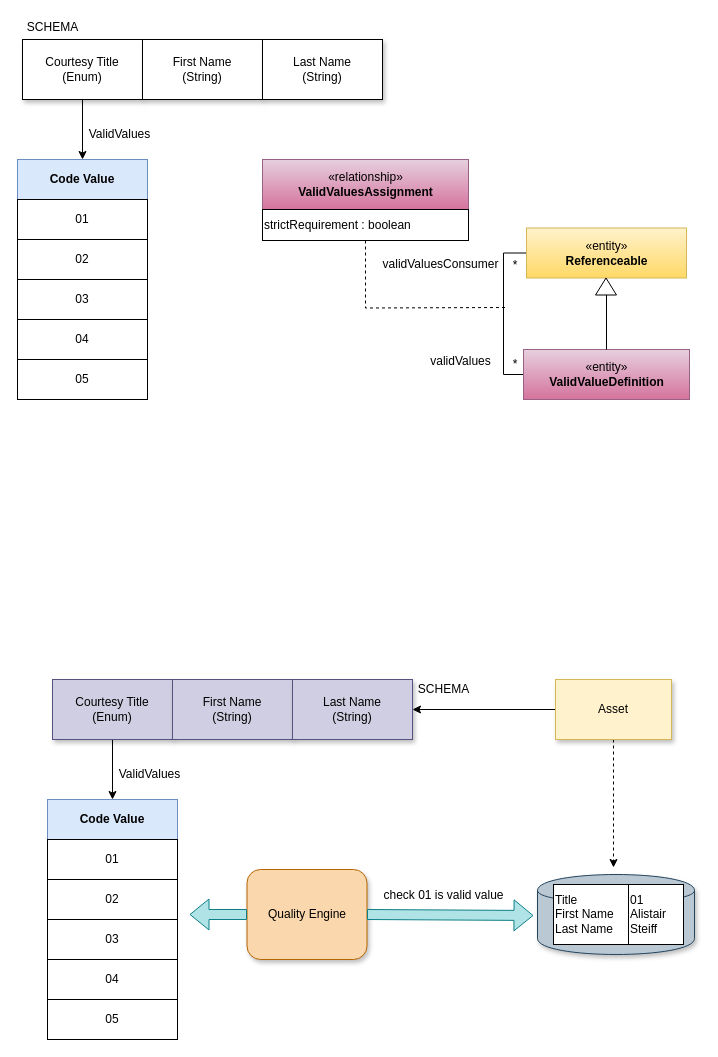
odpi/egeria keeps this draw.io diagram as page "use-case-1-valid-values" (4 of 8) of open-metadata-publication/website/reference-data-management/reference-data-management.drawio. Above is the earlier version. Source tidied: cells renumbered, new cells numbered last; positions are measured from the earlier drawing's top-left corner, leaving out a move shared by most shapes. Both pictures are drawn from the tidied source at 100%, with x=0, y=0 at pixel (17, 17).
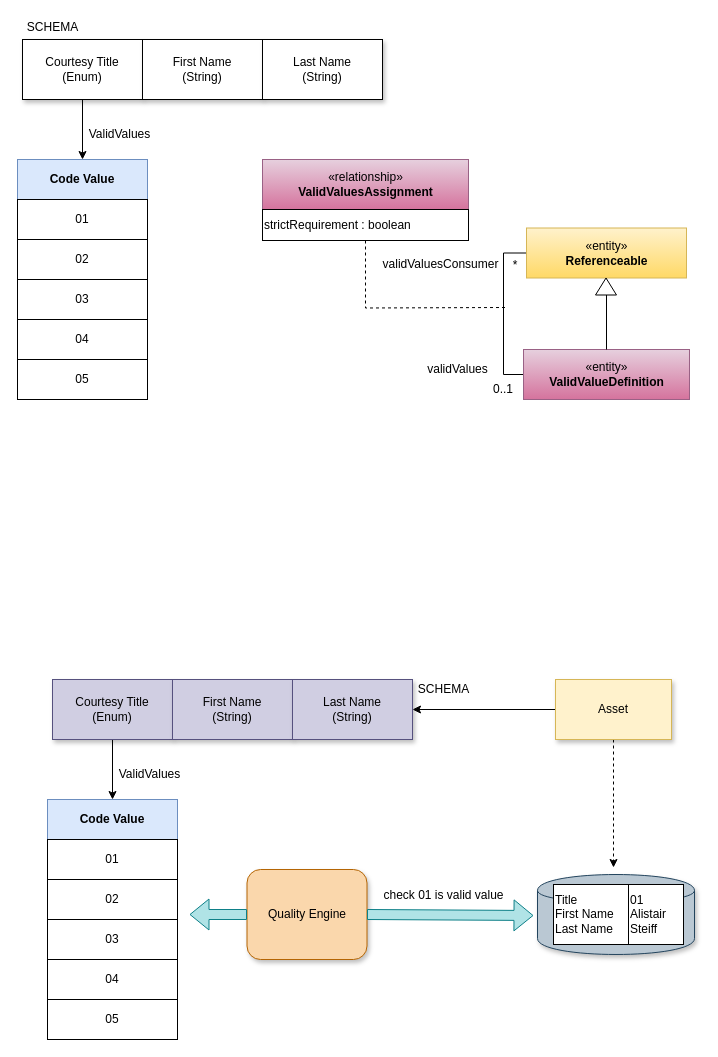
The same diagram, later.

Diff of the diagram source:
```diff
@@
     <mxCell id="42" value="validValues" style="text;html=1;strokeColor=none;fillColor=none;align=center;verticalAlign=middle;whiteSpace=wrap;rounded=0;" parent="1" vertex="1">
-      <mxGeometry x="405.5" y="334" width="75" height="20" as="geometry" />
+      <mxGeometry x="403" y="342" width="75" height="20" as="geometry" />
     </mxCell>
@@
-    <mxCell id="44" value="*" style="text;html=1;strokeColor=none;fillColor=none;align=center;verticalAlign=middle;whiteSpace=wrap;rounded=0;" parent="1" vertex="1">
-      <mxGeometry x="478" y="337" width="40" height="20" as="geometry" />
+    <mxCell id="44" value="0..1" style="text;html=1;strokeColor=none;fillColor=none;align=center;verticalAlign=middle;whiteSpace=wrap;rounded=0;" parent="1" vertex="1">
+      <mxGeometry x="466" y="362" width="40" height="20" as="geometry" />
     </mxCell>
```
